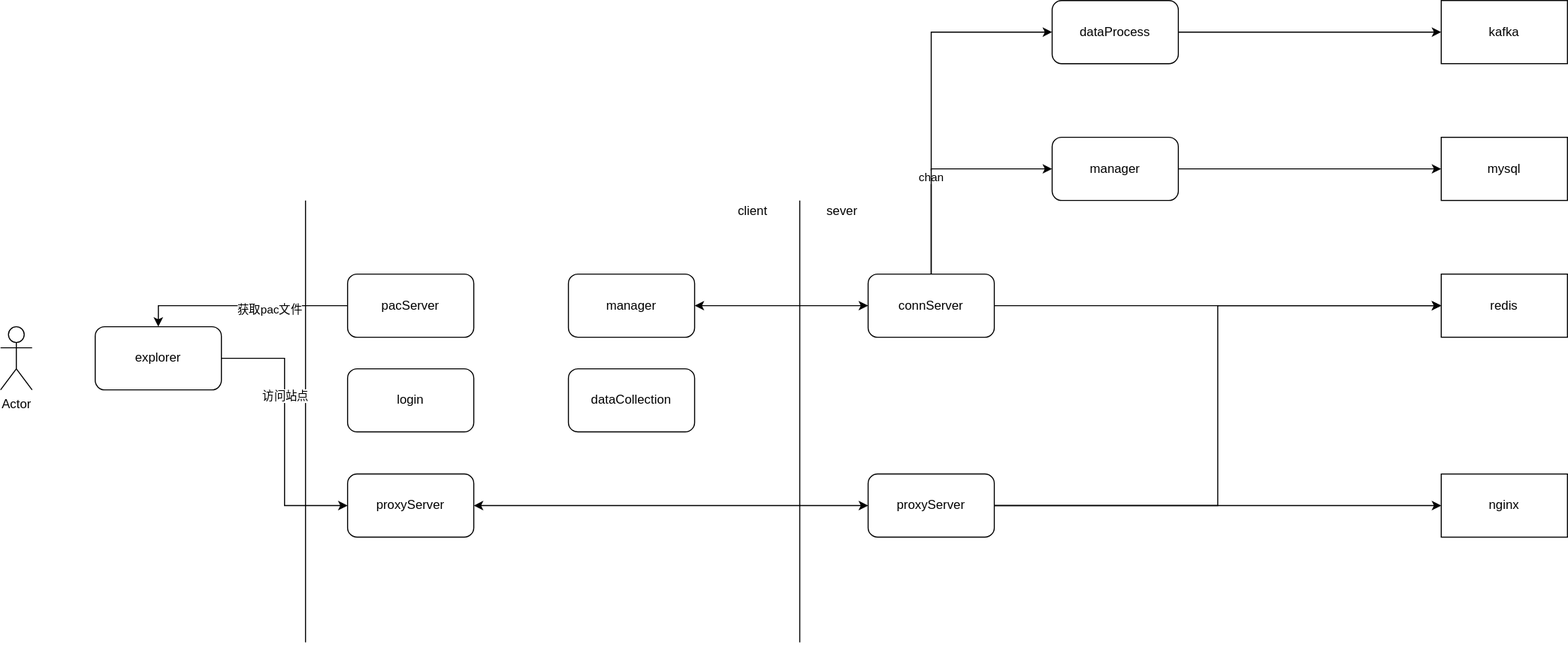
Above: tc_逻辑架构.svg in c17abab/diag_pics (draw.io), before the change. Source tidied: cells renumbered, new cells last; positions are measured from the earlier drawing's top-left corner, leaving out a move shared by most shapes.
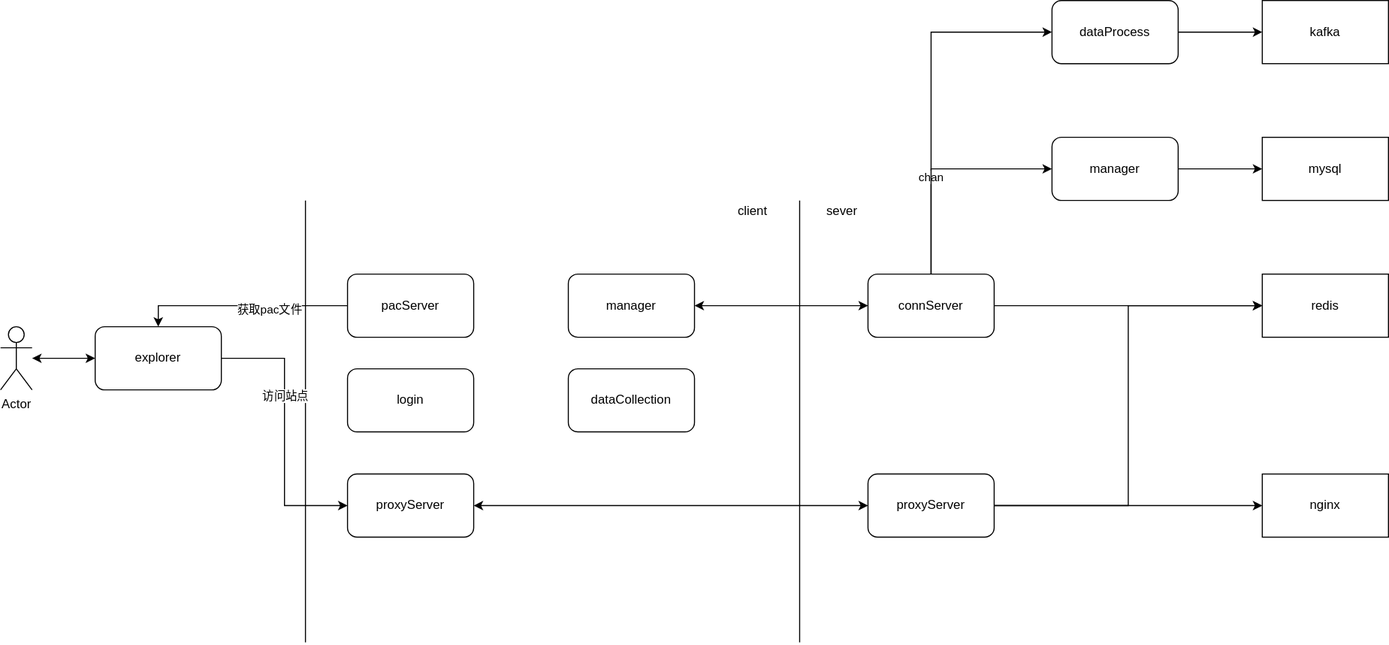
The same file after the commit.

Commit message:
更新tc_逻辑架构.svg

Diff of the diagram source:
```diff
@@ -39,10 +39,10 @@
       <mxGeometry x="825" y="450" width="120" height="60" as="geometry" />
     </mxCell>
     <mxCell id="13" value="redis" style="rounded=0;whiteSpace=wrap;html=1;" parent="1" vertex="1">
-      <mxGeometry x="1370" y="260" width="120" height="60" as="geometry" />
+      <mxGeometry x="1200" y="260" width="120" height="60" as="geometry" />
     </mxCell>
     <mxCell id="14" value="nginx" style="rounded=0;whiteSpace=wrap;html=1;" parent="1" vertex="1">
-      <mxGeometry x="1370" y="450" width="120" height="60" as="geometry" />
+      <mxGeometry x="1200" y="450" width="120" height="60" as="geometry" />
     </mxCell>
     <mxCell id="15" style="edgeStyle=orthogonalEdgeStyle;rounded=0;jettySize=auto;html=1;exitX=0;exitY=0.5;exitDx=0;exitDy=0;entryX=0.5;entryY=0;entryDx=0;entryDy=0;" parent="1" edge="1" source="17" target="24">
       <mxGeometry relative="1" as="geometry" />
@@ -65,6 +65,9 @@
         <mxPoint x="290" y="190" as="targetPoint" />
       </mxGeometry>
     </mxCell>
+    <mxCell id="35" style="edgeStyle=orthogonalEdgeStyle;rounded=0;jettySize=auto;html=1;entryX=0;entryY=0.5;entryDx=0;entryDy=0;startArrow=classic;startFill=1;" parent="1" edge="1" source="21" target="24">
+      <mxGeometry relative="1" as="geometry" />
+    </mxCell>
     <mxCell id="21" value="Actor" style="shape=umlActor;verticalLabelPosition=bottom;verticalAlign=top;html=1;outlineConnect=0;" parent="1" vertex="1">
       <mxGeometry y="310" width="30" height="60" as="geometry" />
     </mxCell>
@@ -90,10 +93,10 @@
       <mxGeometry x="540" y="350" width="120" height="60" as="geometry" />
     </mxCell>
     <mxCell id="29" value="mysql" style="rounded=0;whiteSpace=wrap;html=1;" parent="1" vertex="1">
-      <mxGeometry x="1370" y="130" width="120" height="60" as="geometry" />
+      <mxGeometry x="1200" y="130" width="120" height="60" as="geometry" />
     </mxCell>
     <mxCell id="30" value="kafka" style="rounded=0;whiteSpace=wrap;html=1;" parent="1" vertex="1">
-      <mxGeometry x="1370" width="120" height="60" as="geometry" />
+      <mxGeometry x="1200" width="120" height="60" as="geometry" />
     </mxCell>
     <mxCell id="31" style="edgeStyle=orthogonalEdgeStyle;rounded=0;jettySize=auto;html=1;entryX=0;entryY=0.5;entryDx=0;entryDy=0;startArrow=none;startFill=0;" parent="1" edge="1" source="32" target="30">
       <mxGeometry relative="1" as="geometry" />
```
